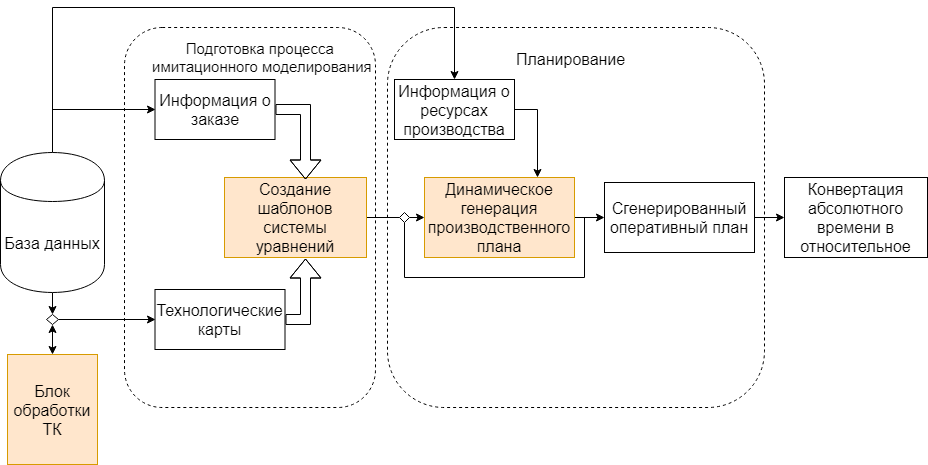
Before: fig/alg_2.png, a diagram exported from draw.io (PaulKorepanow/diplom). Source tidied: cells renumbered, new cells last; positions are measured from the earlier drawing's top-left corner, leaving out a move shared by most shapes.
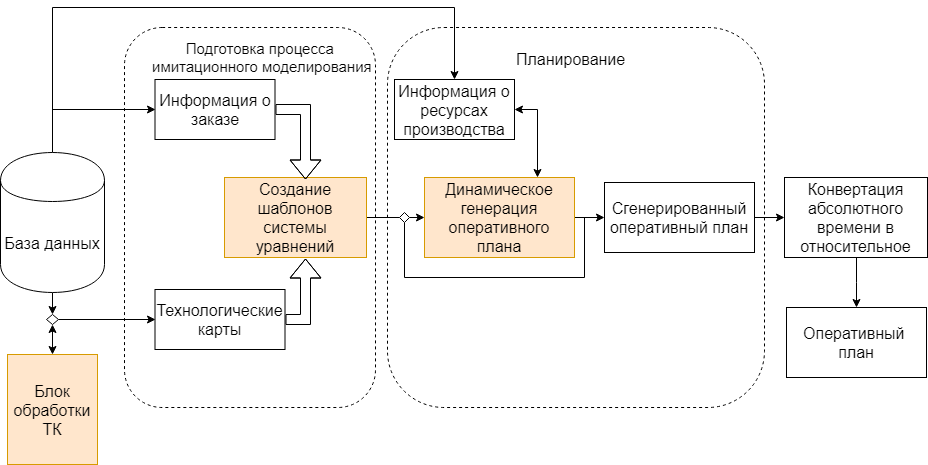
The same file after the commit.

Diff of the diagram source:
```diff
@@ -32,10 +32,10 @@
     <mxCell id="9" style="edgeStyle=orthogonalEdgeStyle;rounded=0;jettySize=auto;html=1;exitX=1;exitY=0.5;exitDx=0;exitDy=0;entryX=0;entryY=0.5;entryDx=0;entryDy=0;" parent="1" edge="1" source="10" target="14">
       <mxGeometry relative="1" as="geometry" />
     </mxCell>
-    <mxCell id="10" value="Динамическое генерация производственного плана&lt;br style=&quot;font-size: 16px;&quot;&gt;" style="rounded=0;whiteSpace=wrap;html=1;fontSize=16;fillColor=#ffe6cc;strokeColor=#d79b00;" parent="1" vertex="1">
+    <mxCell id="10" value="Динамическое генерация оперативного плана&lt;br style=&quot;font-size: 16px&quot;&gt;" style="rounded=0;whiteSpace=wrap;html=1;fontSize=16;fillColor=#ffe6cc;strokeColor=#d79b00;" parent="1" vertex="1">
       <mxGeometry x="424" y="170" width="150" height="80" as="geometry" />
     </mxCell>
-    <mxCell id="11" style="edgeStyle=orthogonalEdgeStyle;rounded=0;jettySize=auto;html=1;exitX=1;exitY=0.5;exitDx=0;exitDy=0;entryX=0.75;entryY=0;entryDx=0;entryDy=0;" parent="1" edge="1" source="12" target="10">
+    <mxCell id="11" style="edgeStyle=orthogonalEdgeStyle;rounded=0;jettySize=auto;html=1;exitX=1;exitY=0.5;exitDx=0;exitDy=0;entryX=0.75;entryY=0;entryDx=0;entryDy=0;startArrow=classic;startFill=1;" parent="1" edge="1" source="12" target="10">
       <mxGeometry relative="1" as="geometry" />
     </mxCell>
     <mxCell id="12" value="Информация о ресурсах производства" style="rounded=0;whiteSpace=wrap;html=1;fontSize=16;" parent="1" vertex="1">
@@ -59,6 +59,9 @@
     <mxCell id="18" value="&lt;div style=&quot;text-align: center&quot;&gt;&lt;span&gt;Планирование&lt;/span&gt;&lt;/div&gt;" style="text;html=1;align=left;verticalAlign=top;spacingTop=-4;fontSize=16;labelBackgroundColor=none;labelBorderColor=none;" parent="1" vertex="1">
       <mxGeometry x="514" y="40" width="120" height="20" as="geometry" />
     </mxCell>
+    <mxCell id="30" style="edgeStyle=orthogonalEdgeStyle;rounded=0;jettySize=auto;html=1;" parent="1" edge="1" source="19" target="31">
+      <mxGeometry relative="1" as="geometry" />
+    </mxCell>
     <mxCell id="19" value="Конвертация абсолютного времени в относительное&lt;br style=&quot;font-size: 16px&quot;&gt;" style="rounded=0;whiteSpace=wrap;html=1;fontSize=16;" parent="1" vertex="1">
       <mxGeometry x="784" y="170" width="143" height="80" as="geometry" />
     </mxCell>
@@ -99,5 +102,8 @@
     <mxCell id="29" style="rhombus;whiteSpace=wrap;html=1;fontSize=16;" parent="1" vertex="1">
       <mxGeometry x="46" y="307" width="12" height="10" as="geometry" />
     </mxCell>
+    <mxCell id="31" value="Оперативный&amp;nbsp;&lt;br&gt;план&lt;br style=&quot;font-size: 16px&quot;&gt;" style="rounded=0;whiteSpace=wrap;html=1;fontSize=16;" parent="1" vertex="1">
+      <mxGeometry x="786" y="300" width="140" height="70" as="geometry" />
+    </mxCell>
   </root>
 </mxGraphModel>
```
